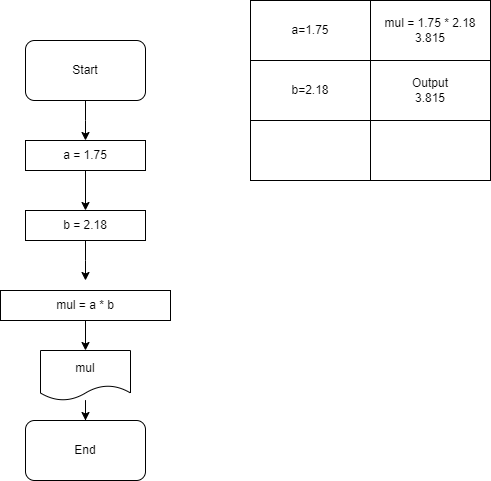
Before: prog4.png, a diagram exported from draw.io (fullstack290623/20.07.2023). Source tidied: cells renumbered, new cells last; positions are measured from the earlier drawing's top-left corner, leaving out a move shared by most shapes. The source it was exported from:
```xml
<mxGraphModel>
  <root>
    <mxCell id="0" />
    <mxCell id="1" parent="0" />
    <mxCell id="2" style="edgeStyle=orthogonalEdgeStyle;rounded=0;jettySize=auto;html=1;entryX=0.5;entryY=0;entryDx=0;entryDy=0;" parent="1" edge="1" source="3">
      <mxGeometry relative="1" as="geometry">
        <mxPoint x="85" y="140" as="targetPoint" />
      </mxGeometry>
    </mxCell>
    <mxCell id="3" value="Start" style="rounded=1;whiteSpace=wrap;html=1;" parent="1" vertex="1">
      <mxGeometry x="25" y="40" width="120" height="60" as="geometry" />
    </mxCell>
    <mxCell id="4" value="End" style="rounded=1;whiteSpace=wrap;html=1;" parent="1" vertex="1">
      <mxGeometry x="25" y="420" width="120" height="60" as="geometry" />
    </mxCell>
    <mxCell id="5" style="edgeStyle=orthogonalEdgeStyle;rounded=0;jettySize=auto;html=1;entryX=0.5;entryY=0;entryDx=0;entryDy=0;" parent="1" edge="1" source="6" target="8">
      <mxGeometry relative="1" as="geometry" />
    </mxCell>
    <mxCell id="6" value="a = 1.75" style="rounded=0;whiteSpace=wrap;html=1;" parent="1" vertex="1">
      <mxGeometry x="25" y="140" width="120" height="30" as="geometry" />
    </mxCell>
    <mxCell id="7" style="edgeStyle=orthogonalEdgeStyle;rounded=0;jettySize=auto;html=1;" parent="1" edge="1" source="8">
      <mxGeometry relative="1" as="geometry">
        <mxPoint x="85" y="280" as="targetPoint" />
      </mxGeometry>
    </mxCell>
    <mxCell id="8" value="b = 2.18" style="rounded=0;whiteSpace=wrap;html=1;" parent="1" vertex="1">
      <mxGeometry x="25" y="210" width="120" height="30" as="geometry" />
    </mxCell>
    <mxCell id="9" style="edgeStyle=orthogonalEdgeStyle;rounded=0;jettySize=auto;html=1;" parent="1" edge="1" source="10" target="12">
      <mxGeometry relative="1" as="geometry" />
    </mxCell>
    <mxCell id="10" value="mul = a * b" style="rounded=0;whiteSpace=wrap;html=1;" parent="1" vertex="1">
      <mxGeometry y="290" width="170" height="30" as="geometry" />
    </mxCell>
    <mxCell id="11" style="edgeStyle=orthogonalEdgeStyle;rounded=0;jettySize=auto;html=1;" parent="1" edge="1" source="12" target="4">
      <mxGeometry relative="1" as="geometry" />
    </mxCell>
    <mxCell id="12" value="mul" style="shape=document;whiteSpace=wrap;html=1;boundedLbl=1;" parent="1" vertex="1">
      <mxGeometry x="40" y="350" width="90" height="50" as="geometry" />
    </mxCell>
    <mxCell id="13" value="a=1.75" style="rounded=0;whiteSpace=wrap;html=1;" parent="1" vertex="1">
      <mxGeometry x="250" width="120" height="60" as="geometry" />
    </mxCell>
    <mxCell id="14" value="b=2.18" style="rounded=0;whiteSpace=wrap;html=1;" parent="1" vertex="1">
      <mxGeometry x="250" y="60" width="120" height="60" as="geometry" />
    </mxCell>
    <mxCell id="15" value="mul = 1.75 * 2.18&lt;br&gt;3.815" style="rounded=0;whiteSpace=wrap;html=1;" parent="1" vertex="1">
      <mxGeometry x="370" width="120" height="60" as="geometry" />
    </mxCell>
    <mxCell id="16" value="Output&lt;br&gt;3.815" style="rounded=0;whiteSpace=wrap;html=1;" parent="1" vertex="1">
      <mxGeometry x="370" y="60" width="120" height="60" as="geometry" />
    </mxCell>
    <mxCell id="17" style="rounded=0;whiteSpace=wrap;html=1;" parent="1" vertex="1">
      <mxGeometry x="250" y="120" width="120" height="60" as="geometry" />
    </mxCell>
    <mxCell id="18" style="rounded=0;whiteSpace=wrap;html=1;" parent="1" vertex="1">
      <mxGeometry x="370" y="120" width="120" height="60" as="geometry" />
    </mxCell>
  </root>
</mxGraphModel>
```
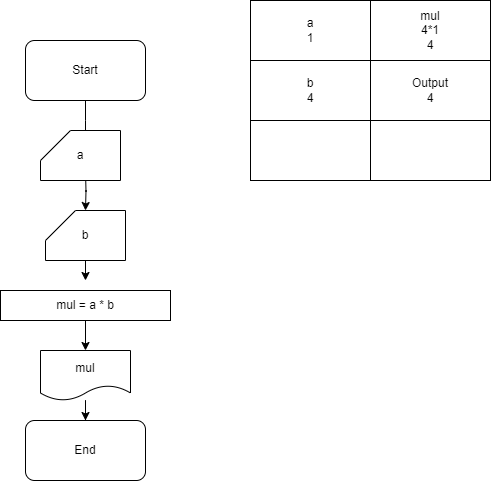
Later version of the same file.

Diff of the diagram source:
```diff
@@ -13,20 +13,17 @@
     <mxCell id="4" value="End" style="rounded=1;whiteSpace=wrap;html=1;" parent="1" vertex="1">
       <mxGeometry x="25" y="420" width="120" height="60" as="geometry" />
     </mxCell>
-    <mxCell id="5" style="edgeStyle=orthogonalEdgeStyle;rounded=0;jettySize=auto;html=1;entryX=0.5;entryY=0;entryDx=0;entryDy=0;" parent="1" edge="1" source="6" target="8">
-      <mxGeometry relative="1" as="geometry" />
+    <mxCell id="5" style="edgeStyle=orthogonalEdgeStyle;rounded=0;orthogonalLoop=1;jettySize=auto;html=1;entryX=0.5;entryY=0;entryDx=0;entryDy=0;" parent="1" edge="1">
+      <mxGeometry relative="1" as="geometry">
+        <mxPoint x="85" y="170" as="sourcePoint" />
+        <mxPoint x="85" y="210" as="targetPoint" />
+      </mxGeometry>
     </mxCell>
-    <mxCell id="6" value="a = 1.75" style="rounded=0;whiteSpace=wrap;html=1;" parent="1" vertex="1">
-      <mxGeometry x="25" y="140" width="120" height="30" as="geometry" />
-    </mxCell>
-    <mxCell id="7" style="edgeStyle=orthogonalEdgeStyle;rounded=0;jettySize=auto;html=1;" parent="1" edge="1" source="8">
+    <mxCell id="7" style="edgeStyle=orthogonalEdgeStyle;rounded=0;jettySize=auto;html=1;" parent="1" edge="1" source="21">
       <mxGeometry relative="1" as="geometry">
         <mxPoint x="85" y="280" as="targetPoint" />
       </mxGeometry>
     </mxCell>
-    <mxCell id="8" value="b = 2.18" style="rounded=0;whiteSpace=wrap;html=1;" parent="1" vertex="1">
-      <mxGeometry x="25" y="210" width="120" height="30" as="geometry" />
-    </mxCell>
     <mxCell id="9" style="edgeStyle=orthogonalEdgeStyle;rounded=0;jettySize=auto;html=1;" parent="1" edge="1" source="10" target="12">
       <mxGeometry relative="1" as="geometry" />
     </mxCell>
@@ -39,16 +36,16 @@
     <mxCell id="12" value="mul" style="shape=document;whiteSpace=wrap;html=1;boundedLbl=1;" parent="1" vertex="1">
       <mxGeometry x="40" y="350" width="90" height="50" as="geometry" />
     </mxCell>
-    <mxCell id="13" value="a=1.75" style="rounded=0;whiteSpace=wrap;html=1;" parent="1" vertex="1">
+    <mxCell id="13" value="a&lt;br&gt;1" style="rounded=0;whiteSpace=wrap;html=1;" parent="1" vertex="1">
       <mxGeometry x="250" width="120" height="60" as="geometry" />
     </mxCell>
-    <mxCell id="14" value="b=2.18" style="rounded=0;whiteSpace=wrap;html=1;" parent="1" vertex="1">
+    <mxCell id="14" value="b&lt;br&gt;4" style="rounded=0;whiteSpace=wrap;html=1;" parent="1" vertex="1">
       <mxGeometry x="250" y="60" width="120" height="60" as="geometry" />
     </mxCell>
-    <mxCell id="15" value="mul = 1.75 * 2.18&lt;br&gt;3.815" style="rounded=0;whiteSpace=wrap;html=1;" parent="1" vertex="1">
+    <mxCell id="15" value="mul&lt;br&gt;4*1&lt;br&gt;4" style="rounded=0;whiteSpace=wrap;html=1;" parent="1" vertex="1">
       <mxGeometry x="370" width="120" height="60" as="geometry" />
     </mxCell>
-    <mxCell id="16" value="Output&lt;br&gt;3.815" style="rounded=0;whiteSpace=wrap;html=1;" parent="1" vertex="1">
+    <mxCell id="16" value="Output&lt;br&gt;4" style="rounded=0;whiteSpace=wrap;html=1;" parent="1" vertex="1">
       <mxGeometry x="370" y="60" width="120" height="60" as="geometry" />
     </mxCell>
     <mxCell id="17" style="rounded=0;whiteSpace=wrap;html=1;" parent="1" vertex="1">
@@ -57,5 +54,16 @@
     <mxCell id="18" style="rounded=0;whiteSpace=wrap;html=1;" parent="1" vertex="1">
       <mxGeometry x="370" y="120" width="120" height="60" as="geometry" />
     </mxCell>
+    <mxCell id="19" value="a" style="shape=card;whiteSpace=wrap;html=1;" parent="1" vertex="1">
+      <mxGeometry x="40" y="130" width="80" height="50" as="geometry" />
+    </mxCell>
+    <mxCell id="20" style="edgeStyle=orthogonalEdgeStyle;rounded=0;jettySize=auto;html=1;" parent="1" edge="1" target="21">
+      <mxGeometry relative="1" as="geometry">
+        <mxPoint x="85" y="240" as="sourcePoint" />
+      </mxGeometry>
+    </mxCell>
+    <mxCell id="21" value="b" style="shape=card;whiteSpace=wrap;html=1;" parent="1" vertex="1">
+      <mxGeometry x="45" y="210" width="80" height="50" as="geometry" />
+    </mxCell>
   </root>
 </mxGraphModel>
```
